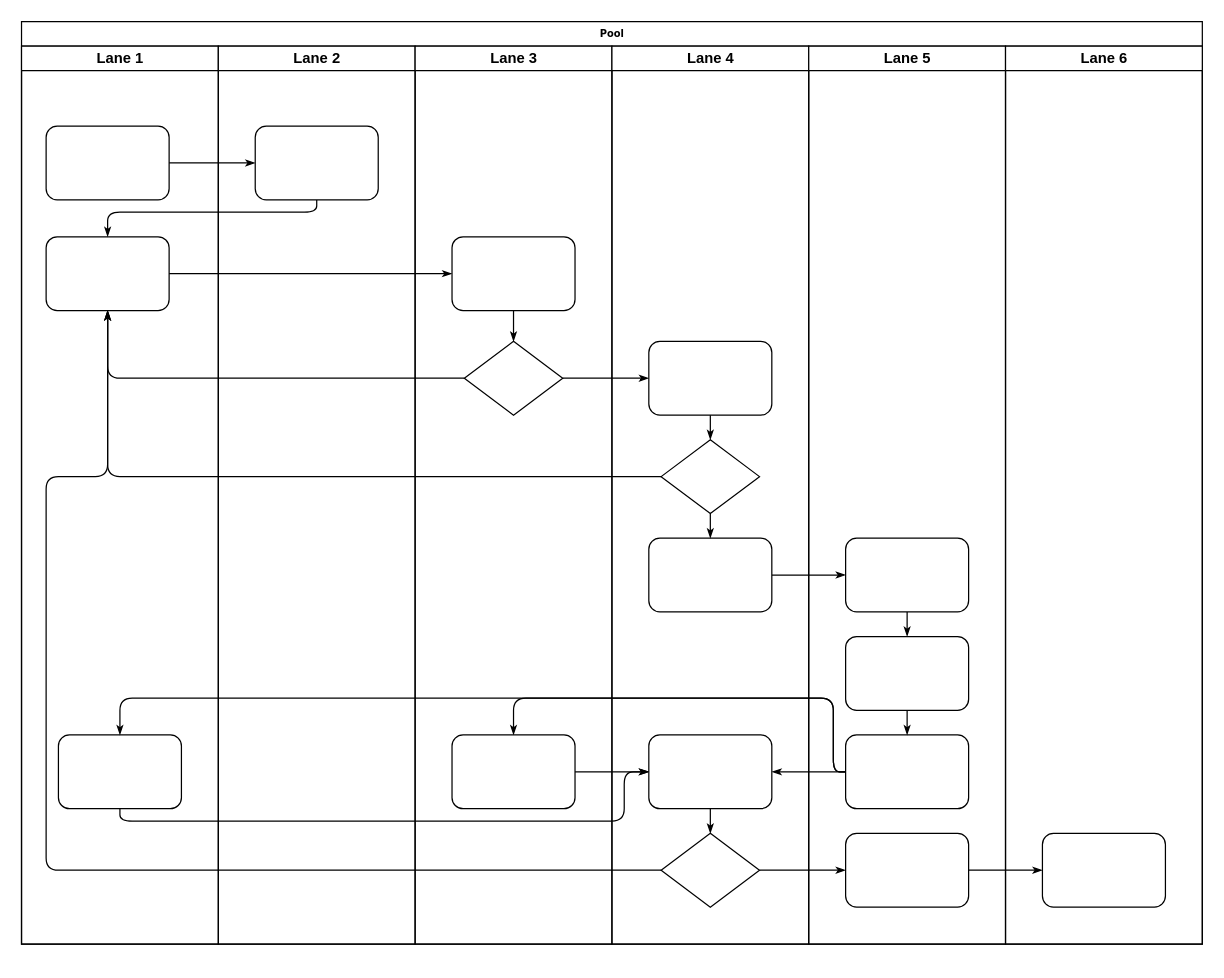
Above: 仓库流转.drawio in Zeno-sole/drawio-file (draw.io), before the change. Source tidied: cells renumbered, new cells numbered last; positions are measured from the earlier drawing's top-left corner, leaving out a move shared by most shapes. Both pictures are drawn from the tidied source at 123%, with x=0, y=0 at pixel (21, 21).
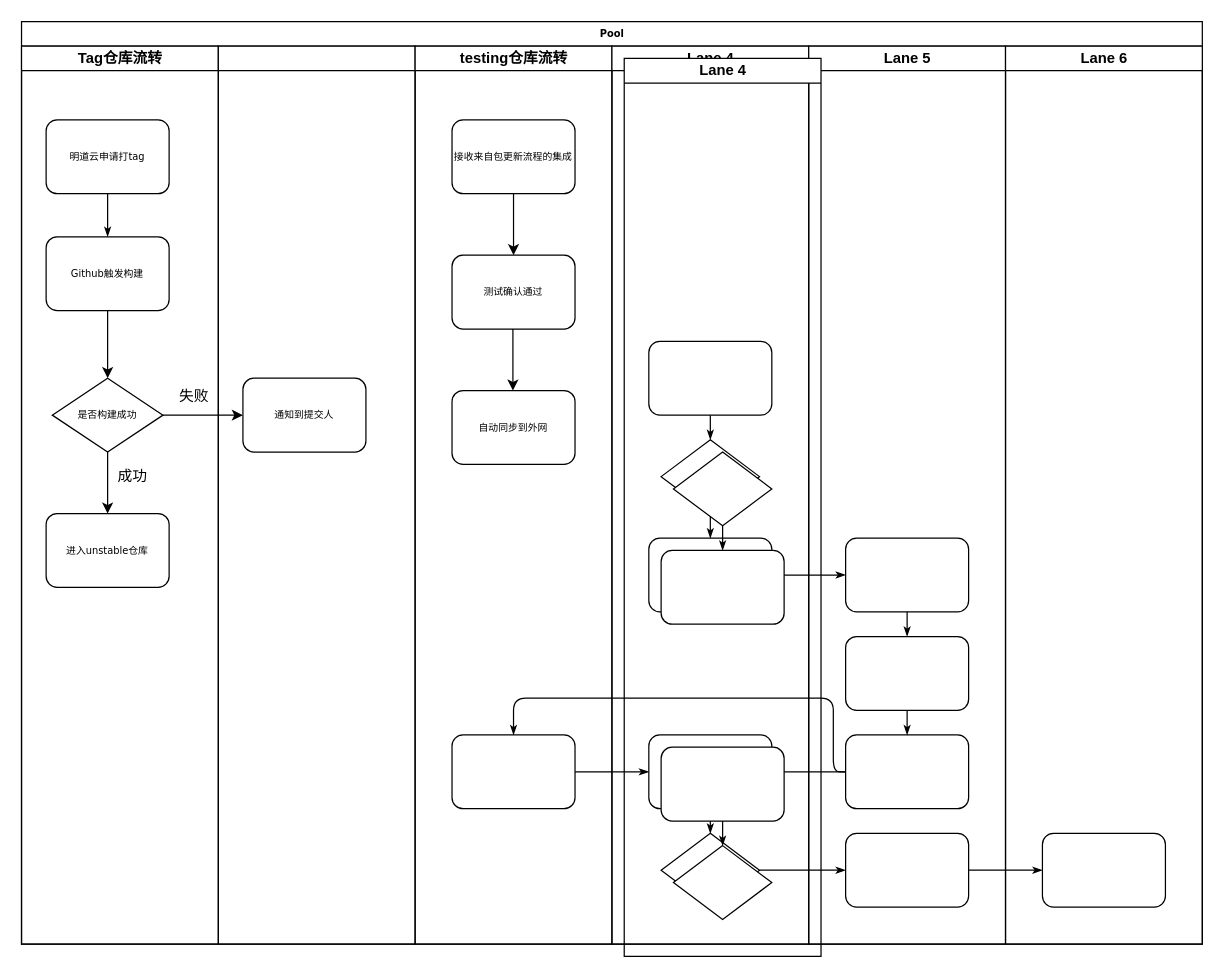
After the change.

Commit message:
更新仓库流转.drawio

The change refers to these unchanged cells:
```xml
<mxCell id="2" value="Pool" style="swimlane;html=1;startSize=20;rounded=0;shadow=0;labelBackgroundColor=none;strokeWidth=1;fontFamily=Verdana;fontSize=8;align=center;" parent="1" vertex="1">
  <mxGeometry width="960" height="750" as="geometry" />
</mxCell>
<mxCell id="30" style="rounded=1;whiteSpace=wrap;html=1;shadow=0;labelBackgroundColor=none;strokeWidth=1;fontFamily=Verdana;fontSize=8;align=center;" parent="29" vertex="1">
  <mxGeometry x="30" y="240" width="100" height="60" as="geometry" />
</mxCell>
<mxCell id="31" style="rhombus;whiteSpace=wrap;html=1;rounded=0;shadow=0;labelBackgroundColor=none;strokeWidth=1;fontFamily=Verdana;fontSize=8;align=center;" parent="29" vertex="1">
  <mxGeometry x="40" y="320" width="80" height="60" as="geometry" />
</mxCell>
<mxCell id="33" style="rounded=1;whiteSpace=wrap;html=1;shadow=0;labelBackgroundColor=none;strokeWidth=1;fontFamily=Verdana;fontSize=8;align=center;" parent="29" vertex="1">
  <mxGeometry x="30" y="560" width="100" height="60" as="geometry" />
</mxCell>
<mxCell id="34" style="rhombus;whiteSpace=wrap;html=1;rounded=0;shadow=0;labelBackgroundColor=none;strokeWidth=1;fontFamily=Verdana;fontSize=8;align=center;" parent="29" vertex="1">
  <mxGeometry x="40" y="640" width="80" height="60" as="geometry" />
</mxCell>
<mxCell id="41" style="rounded=1;whiteSpace=wrap;html=1;shadow=0;labelBackgroundColor=none;strokeWidth=1;fontFamily=Verdana;fontSize=8;align=center;" parent="38" vertex="1">
  <mxGeometry x="30" y="560" width="100" height="60" as="geometry" />
</mxCell>
```

The edit, as a diff of the source:
```diff
@@
-    <mxCell id="3" value="Lane 1" style="swimlane;html=1;startSize=20;" parent="2" vertex="1">
-      <mxGeometry y="20" width="160" height="730" as="geometry" />
-    </mxCell>
-    <mxCell id="4" style="rounded=1;whiteSpace=wrap;html=1;shadow=0;labelBackgroundColor=none;strokeWidth=1;fontFamily=Verdana;fontSize=8;align=center;" parent="3" vertex="1">
-      <mxGeometry x="20" y="65" width="100" height="60" as="geometry" />
-    </mxCell>
-    <mxCell id="5" style="rounded=1;whiteSpace=wrap;html=1;shadow=0;labelBackgroundColor=none;strokeWidth=1;fontFamily=Verdana;fontSize=8;align=center;" parent="3" vertex="1">
-      <mxGeometry x="20" y="155" width="100" height="60" as="geometry" />
-    </mxCell>
-    <mxCell id="6" style="rounded=1;whiteSpace=wrap;html=1;shadow=0;labelBackgroundColor=none;strokeWidth=1;fontFamily=Verdana;fontSize=8;align=center;" parent="3" vertex="1">
-      <mxGeometry x="30" y="560" width="100" height="60" as="geometry" />
-    </mxCell>
-    <mxCell id="7" style="edgeStyle=orthogonalEdgeStyle;rounded=1;html=1;labelBackgroundColor=none;startArrow=none;startFill=0;startSize=5;endArrow=classicThin;endFill=1;endSize=5;jettySize=auto;strokeWidth=1;fontFamily=Verdana;fontSize=8;" parent="2" edge="1" source="4" target="23">
-      <mxGeometry relative="1" as="geometry" />
-    </mxCell>
-    <mxCell id="8" style="edgeStyle=orthogonalEdgeStyle;rounded=1;html=1;labelBackgroundColor=none;startArrow=none;startFill=0;startSize=5;endArrow=classicThin;endFill=1;endSize=5;jettySize=auto;strokeWidth=1;fontFamily=Verdana;fontSize=8;" parent="2" edge="1" source="23" target="5">
-      <mxGeometry relative="1" as="geometry">
-        <Array as="points">
-          <mxPoint x="240" y="155" />
-          <mxPoint x="70" y="155" />
-        </Array>
-      </mxGeometry>
-    </mxCell>
-    <mxCell id="9" style="edgeStyle=orthogonalEdgeStyle;rounded=1;html=1;labelBackgroundColor=none;startArrow=none;startFill=0;startSize=5;endArrow=classicThin;endFill=1;endSize=5;jettySize=auto;strokeWidth=1;fontFamily=Verdana;fontSize=8;" parent="2" edge="1" source="5" target="25">
-      <mxGeometry relative="1" as="geometry" />
-    </mxCell>
-    <mxCell id="10" style="edgeStyle=orthogonalEdgeStyle;rounded=1;html=1;labelBackgroundColor=none;startArrow=none;startFill=0;startSize=5;endArrow=classicThin;endFill=1;endSize=5;jettySize=auto;strokeWidth=1;fontFamily=Verdana;fontSize=8;" parent="2" edge="1" source="26" target="5">
-      <mxGeometry relative="1" as="geometry" />
-    </mxCell>
-    <mxCell id="11" style="edgeStyle=orthogonalEdgeStyle;rounded=1;html=1;labelBackgroundColor=none;startArrow=none;startFill=0;startSize=5;endArrow=classicThin;endFill=1;endSize=5;jettySize=auto;strokeWidth=1;fontFamily=Verdana;fontSize=8;" parent="2" edge="1" source="31" target="5">
-      <mxGeometry relative="1" as="geometry" />
-    </mxCell>
-    <mxCell id="12" style="edgeStyle=orthogonalEdgeStyle;rounded=1;html=1;labelBackgroundColor=none;startArrow=none;startFill=0;startSize=5;endArrow=classicThin;endFill=1;endSize=5;jettySize=auto;strokeWidth=1;fontFamily=Verdana;fontSize=8;" parent="2" edge="1" source="34" target="5">
-      <mxGeometry relative="1" as="geometry">
-        <Array as="points">
-          <mxPoint x="20" y="690" />
-          <mxPoint x="20" y="370" />
-          <mxPoint x="70" y="370" />
-        </Array>
-      </mxGeometry>
-    </mxCell>
-    <mxCell id="13" style="edgeStyle=orthogonalEdgeStyle;rounded=1;html=1;labelBackgroundColor=none;startArrow=none;startFill=0;startSize=5;endArrow=classicThin;endFill=1;endSize=5;jettySize=auto;strokeWidth=1;fontFamily=Verdana;fontSize=8;" parent="2" edge="1" source="26" target="30">
-      <mxGeometry relative="1" as="geometry" />
-    </mxCell>
@@
-    <mxCell id="19" style="edgeStyle=orthogonalEdgeStyle;rounded=1;html=1;labelBackgroundColor=none;startArrow=none;startFill=0;startSize=5;endArrow=classicThin;endFill=1;endSize=5;jettySize=auto;strokeWidth=1;fontFamily=Verdana;fontSize=8;" parent="2" edge="1" source="41" target="6">
-      <mxGeometry relative="1" as="geometry">
-        <Array as="points">
-          <mxPoint x="660" y="610" />
-          <mxPoint x="660" y="550" />
-          <mxPoint x="80" y="550" />
-        </Array>
-      </mxGeometry>
-    </mxCell>
-    <mxCell id="20" style="edgeStyle=orthogonalEdgeStyle;rounded=1;html=1;labelBackgroundColor=none;startArrow=none;startFill=0;startSize=5;endArrow=classicThin;endFill=1;endSize=5;jettySize=auto;strokeWidth=1;fontFamily=Verdana;fontSize=8;" parent="2" edge="1" source="6" target="33">
-      <mxGeometry relative="1" as="geometry">
-        <Array as="points">
-          <mxPoint x="80" y="650" />
-          <mxPoint x="490" y="650" />
-          <mxPoint x="490" y="610" />
-        </Array>
-      </mxGeometry>
-    </mxCell>
@@
+    <mxCell id="3" value="Tag仓库流转" style="swimlane;html=1;startSize=20;" parent="2" vertex="1">
+      <mxGeometry y="20" width="160" height="730" as="geometry" />
+    </mxCell>
+    <mxCell id="4" value="明道云申请打tag" style="rounded=1;whiteSpace=wrap;html=1;shadow=0;labelBackgroundColor=none;strokeWidth=1;fontFamily=Verdana;fontSize=8;align=center;" parent="3" vertex="1">
+      <mxGeometry x="20" y="60" width="100" height="60" as="geometry" />
+    </mxCell>
+    <mxCell id="47" style="edgeStyle=orthogonalEdgeStyle;rounded=0;jettySize=auto;html=1;" parent="3" edge="1" source="5">
+      <mxGeometry relative="1" as="geometry">
+        <mxPoint x="70" y="270" as="targetPoint" />
+      </mxGeometry>
+    </mxCell>
+    <mxCell id="5" value="Github触发构建" style="rounded=1;whiteSpace=wrap;html=1;shadow=0;labelBackgroundColor=none;strokeWidth=1;fontFamily=Verdana;fontSize=8;align=center;" parent="3" vertex="1">
+      <mxGeometry x="20" y="155" width="100" height="60" as="geometry" />
+    </mxCell>
+    <mxCell id="6" value="进入unstable仓库" style="rounded=1;whiteSpace=wrap;html=1;shadow=0;labelBackgroundColor=none;strokeWidth=1;fontFamily=Verdana;fontSize=8;align=center;" parent="3" vertex="1">
+      <mxGeometry x="20" y="380" width="100" height="60" as="geometry" />
+    </mxCell>
+    <mxCell id="8" style="edgeStyle=orthogonalEdgeStyle;rounded=1;html=1;labelBackgroundColor=none;startArrow=none;startFill=0;startSize=5;endArrow=classicThin;endFill=1;endSize=5;jettySize=auto;strokeWidth=1;fontFamily=Verdana;fontSize=8;exitX=0.5;exitY=1;exitDx=0;exitDy=0;" parent="3" edge="1" source="4" target="5">
+      <mxGeometry relative="1" as="geometry">
+        <Array as="points">
+          <mxPoint x="70" y="130" />
+          <mxPoint x="70" y="130" />
+        </Array>
+      </mxGeometry>
+    </mxCell>
+    <mxCell id="48" style="edgeStyle=none;rounded=0;jettySize=auto;html=1;exitX=0.5;exitY=1;exitDx=0;exitDy=0;entryX=0.5;entryY=0;entryDx=0;entryDy=0;" parent="3" edge="1" source="49" target="6">
+      <mxGeometry relative="1" as="geometry" />
+    </mxCell>
+    <mxCell id="49" value="是否构建成功" style="rhombus;whiteSpace=wrap;html=1;rounded=0;shadow=0;labelBackgroundColor=none;strokeWidth=1;fontFamily=Verdana;fontSize=8;align=center;" parent="3" vertex="1">
+      <mxGeometry x="25" y="270" width="90" height="60" as="geometry" />
+    </mxCell>
+    <mxCell id="50" value="成功" style="text;html=1;align=center;verticalAlign=middle;fillColor=none;strokeColor=none;rounded=0;" parent="3" vertex="1">
+      <mxGeometry x="65" y="335" width="50" height="30" as="geometry" />
+    </mxCell>
+    <mxCell id="51" value="失败" style="text;html=1;align=center;verticalAlign=middle;fillColor=none;strokeColor=none;rounded=0;" parent="3" vertex="1">
+      <mxGeometry x="115" y="270" width="50" height="30" as="geometry" />
+    </mxCell>
-    <mxCell id="22" value="Lane 2" style="swimlane;html=1;startSize=20;" parent="2" vertex="1">
+    <mxCell id="22" style="swimlane;html=1;startSize=20;" parent="2" vertex="1">
       <mxGeometry x="160" y="20" width="160" height="730" as="geometry" />
     </mxCell>
-    <mxCell id="23" style="rounded=1;whiteSpace=wrap;html=1;shadow=0;labelBackgroundColor=none;strokeWidth=1;fontFamily=Verdana;fontSize=8;align=center;" parent="22" vertex="1">
-      <mxGeometry x="30" y="65" width="100" height="60" as="geometry" />
-    </mxCell>
+    <mxCell id="52" value="通知到提交人" style="rounded=1;whiteSpace=wrap;html=1;shadow=0;labelBackgroundColor=none;strokeWidth=1;fontFamily=Verdana;fontSize=8;align=center;" parent="22" vertex="1">
+      <mxGeometry x="20" y="270" width="100" height="60" as="geometry" />
+    </mxCell>
-    <mxCell id="24" value="Lane 3" style="swimlane;html=1;startSize=20;" parent="2" vertex="1">
+    <mxCell id="24" value="testing仓库流转" style="swimlane;html=1;startSize=20;" parent="2" vertex="1">
       <mxGeometry x="320" y="20" width="160" height="730" as="geometry" />
     </mxCell>
+    <mxCell id="53" style="edgeStyle=none;rounded=0;jettySize=auto;html=1;exitX=0.5;exitY=1;exitDx=0;exitDy=0;entryX=0.5;entryY=0;entryDx=0;entryDy=0;" parent="24" edge="1" source="25" target="54">
+      <mxGeometry relative="1" as="geometry" />
+    </mxCell>
-    <mxCell id="25" style="rounded=1;whiteSpace=wrap;html=1;shadow=0;labelBackgroundColor=none;strokeWidth=1;fontFamily=Verdana;fontSize=8;align=center;" parent="24" vertex="1">
-      <mxGeometry x="30" y="155" width="100" height="60" as="geometry" />
+    <mxCell id="25" value="接收来自包更新流程的集成" style="rounded=1;whiteSpace=wrap;html=1;shadow=0;labelBackgroundColor=none;strokeWidth=1;fontFamily=Verdana;fontSize=8;align=center;" parent="24" vertex="1">
+      <mxGeometry x="30" y="60" width="100" height="60" as="geometry" />
     </mxCell>
-    <mxCell id="26" style="rhombus;whiteSpace=wrap;html=1;rounded=0;shadow=0;labelBackgroundColor=none;strokeWidth=1;fontFamily=Verdana;fontSize=8;align=center;" parent="24" vertex="1">
-      <mxGeometry x="40" y="240" width="80" height="60" as="geometry" />
-    </mxCell>
@@
-    <mxCell id="28" style="edgeStyle=orthogonalEdgeStyle;rounded=1;html=1;labelBackgroundColor=none;startArrow=none;startFill=0;startSize=5;endArrow=classicThin;endFill=1;endSize=5;jettySize=auto;strokeWidth=1;fontFamily=Verdana;fontSize=8;" parent="24" edge="1" source="25" target="26">
-      <mxGeometry relative="1" as="geometry" />
-    </mxCell>
+    <mxCell id="54" value="测试确认通过" style="rounded=1;whiteSpace=wrap;html=1;shadow=0;labelBackgroundColor=none;strokeWidth=1;fontFamily=Verdana;fontSize=8;align=center;" parent="24" vertex="1">
+      <mxGeometry x="30" y="170" width="100" height="60" as="geometry" />
+    </mxCell>
+    <mxCell id="55" value="自动同步到外网" style="rounded=1;whiteSpace=wrap;html=1;shadow=0;labelBackgroundColor=none;strokeWidth=1;fontFamily=Verdana;fontSize=8;align=center;" parent="24" vertex="1">
+      <mxGeometry x="30" y="280" width="100" height="60" as="geometry" />
+    </mxCell>
+    <mxCell id="56" style="edgeStyle=none;rounded=0;orthogonalLoop=1;jettySize=auto;html=1;exitX=0.5;exitY=1;exitDx=0;exitDy=0;entryX=0.5;entryY=0;entryDx=0;entryDy=0;" parent="24" edge="1">
+      <mxGeometry relative="1" as="geometry">
+        <mxPoint x="79.5" y="230" as="sourcePoint" />
+        <mxPoint x="79.5" y="280" as="targetPoint" />
+      </mxGeometry>
+    </mxCell>
@@
+    <mxCell id="57" style="edgeStyle=none;rounded=0;jettySize=auto;html=1;exitX=1;exitY=0.5;exitDx=0;exitDy=0;entryX=0;entryY=0.5;entryDx=0;entryDy=0;" parent="2" edge="1" source="49" target="52">
+      <mxGeometry relative="1" as="geometry" />
+    </mxCell>
+    <mxCell id="58" value="Lane 4" style="swimlane;html=1;startSize=20;" parent="1" vertex="1">
+      <mxGeometry x="490" y="30" width="160" height="730" as="geometry" />
+    </mxCell>
+    <mxCell id="59" style="rhombus;whiteSpace=wrap;html=1;rounded=0;shadow=0;labelBackgroundColor=none;strokeWidth=1;fontFamily=Verdana;fontSize=8;align=center;" parent="58" vertex="1">
+      <mxGeometry x="40" y="320" width="80" height="60" as="geometry" />
+    </mxCell>
+    <mxCell id="60" style="rounded=1;whiteSpace=wrap;html=1;shadow=0;labelBackgroundColor=none;strokeWidth=1;fontFamily=Verdana;fontSize=8;align=center;" parent="58" vertex="1">
+      <mxGeometry x="30" y="400" width="100" height="60" as="geometry" />
+    </mxCell>
+    <mxCell id="61" style="rounded=1;whiteSpace=wrap;html=1;shadow=0;labelBackgroundColor=none;strokeWidth=1;fontFamily=Verdana;fontSize=8;align=center;" parent="58" vertex="1">
+      <mxGeometry x="30" y="560" width="100" height="60" as="geometry" />
+    </mxCell>
+    <mxCell id="62" style="rhombus;whiteSpace=wrap;html=1;rounded=0;shadow=0;labelBackgroundColor=none;strokeWidth=1;fontFamily=Verdana;fontSize=8;align=center;" parent="58" vertex="1">
+      <mxGeometry x="40" y="640" width="80" height="60" as="geometry" />
+    </mxCell>
+    <mxCell id="63" style="edgeStyle=orthogonalEdgeStyle;rounded=1;html=1;labelBackgroundColor=none;startArrow=none;startFill=0;startSize=5;endArrow=classicThin;endFill=1;endSize=5;jettySize=auto;strokeWidth=1;fontFamily=Verdana;fontSize=8;" parent="58" edge="1" source="59" target="60">
+      <mxGeometry relative="1" as="geometry" />
+    </mxCell>
+    <mxCell id="64" style="edgeStyle=orthogonalEdgeStyle;rounded=1;html=1;labelBackgroundColor=none;startArrow=none;startFill=0;startSize=5;endArrow=classicThin;endFill=1;endSize=5;jettySize=auto;strokeWidth=1;fontFamily=Verdana;fontSize=8;" parent="58" edge="1" source="61" target="62">
+      <mxGeometry relative="1" as="geometry" />
+    </mxCell>
```
